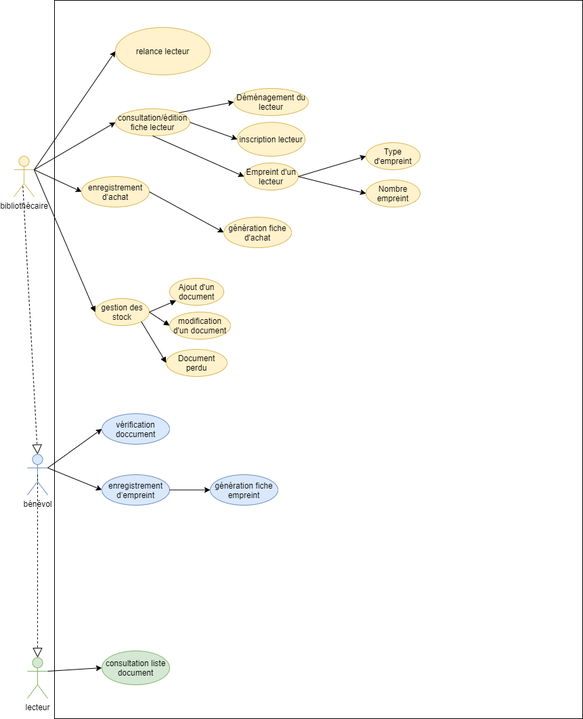
Before: Eval UML/Diagramme/Diagramme-Cas d'utilisation.png, a diagram exported from draw.io (BourdonAlexis/Depot_Git_CDA). Source tidied: cells renumbered, new cells last; positions are measured from the earlier drawing's top-left corner, leaving out a move shared by most shapes.
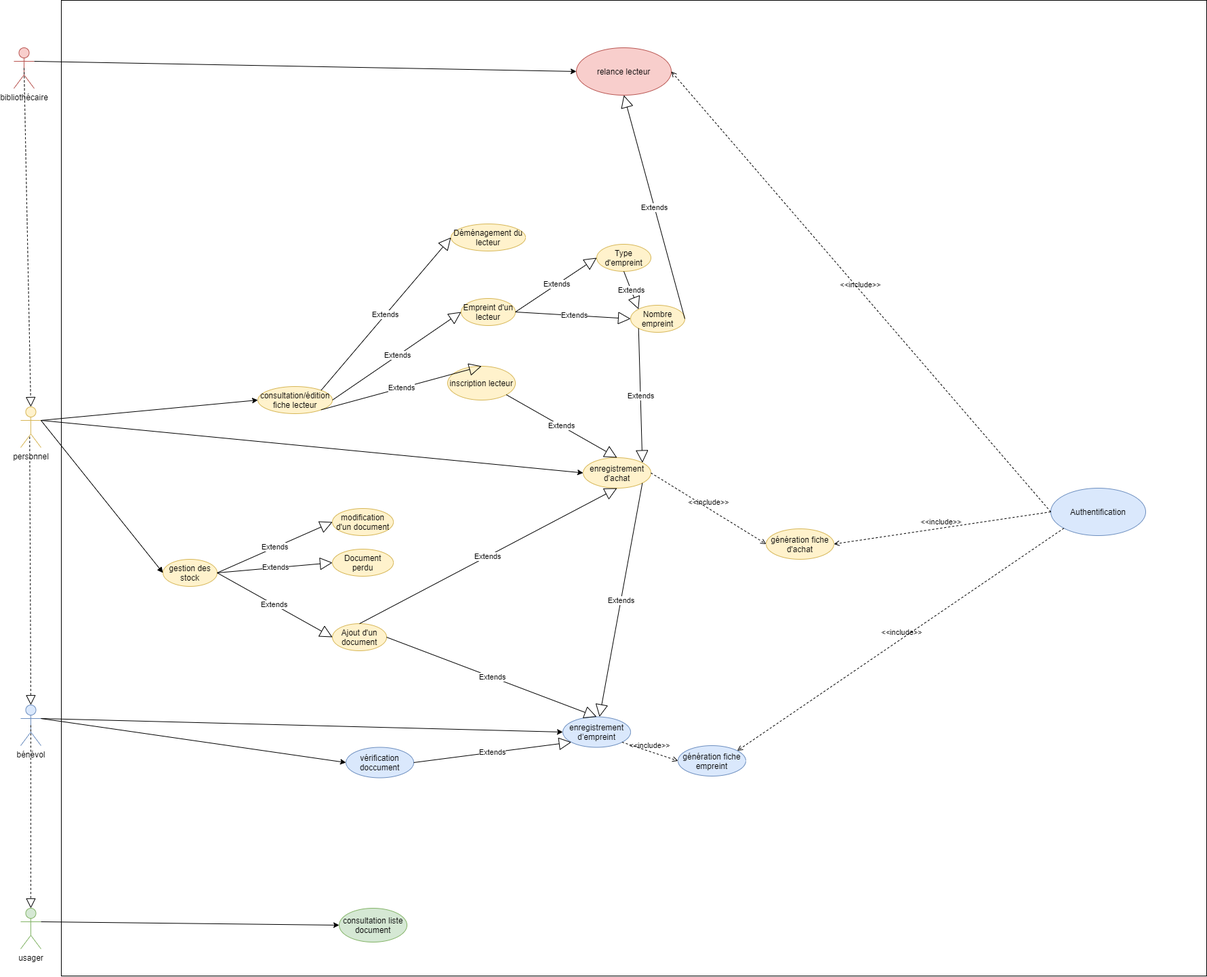
Later version of the same file.

Change to the diagram source:
```diff
@@ -3,16 +3,16 @@
     <mxCell id="0" />
     <mxCell id="1" parent="0" />
     <mxCell id="2" style="rounded=0;whiteSpace=wrap;html=1;" parent="1" vertex="1">
-      <mxGeometry x="60" width="780" height="1060" as="geometry" />
+      <mxGeometry x="-280" y="-380" width="1690" height="1440" as="geometry" />
     </mxCell>
-    <mxCell id="3" value="lecteur" style="shape=umlActor;verticalLabelPosition=bottom;verticalAlign=top;html=1;outlineConnect=0;fillColor=#d5e8d4;strokeColor=#82b366;" parent="1" vertex="1">
-      <mxGeometry x="20" y="970" width="30" height="60" as="geometry" />
+    <mxCell id="3" value="usager" style="shape=umlActor;verticalLabelPosition=bottom;verticalAlign=top;html=1;outlineConnect=0;fillColor=#d5e8d4;strokeColor=#82b366;" parent="1" vertex="1">
+      <mxGeometry x="-340" y="960" width="30" height="60" as="geometry" />
     </mxCell>
     <mxCell id="4" value="bénévol" style="shape=umlActor;verticalLabelPosition=bottom;verticalAlign=top;html=1;outlineConnect=0;fillColor=#dae8fc;strokeColor=#6c8ebf;" parent="1" vertex="1">
-      <mxGeometry x="20" y="670" width="30" height="60" as="geometry" />
+      <mxGeometry x="-340" y="660" width="30" height="60" as="geometry" />
     </mxCell>
-    <mxCell id="5" value="bibliothécaire" style="shape=umlActor;verticalLabelPosition=bottom;verticalAlign=top;html=1;outlineConnect=0;fillColor=#fff2cc;strokeColor=#d6b656;" parent="1" vertex="1">
-      <mxGeometry y="230" width="30" height="60" as="geometry" />
+    <mxCell id="5" value="personnel" style="shape=umlActor;verticalLabelPosition=bottom;verticalAlign=top;html=1;outlineConnect=0;fillColor=#fff2cc;strokeColor=#d6b656;" parent="1" vertex="1">
+      <mxGeometry x="-340" y="220" width="30" height="60" as="geometry" />
     </mxCell>
     <mxCell id="6" style="endArrow=block;dashed=1;endFill=0;endSize=12;html=1;exitX=0.443;exitY=0.738;exitDx=0;exitDy=0;exitPerimeter=0;entryX=0.5;entryY=0;entryDx=0;entryDy=0;entryPerimeter=0;" parent="1" edge="1" source="5" target="4">
       <mxGeometry relative="1" as="geometry" />
@@ -21,25 +21,25 @@
       <mxGeometry relative="1" as="geometry" />
     </mxCell>
     <mxCell id="8" value="vérification doccument" style="ellipse;whiteSpace=wrap;html=1;fillColor=#dae8fc;strokeColor=#6c8ebf;" parent="1" vertex="1">
-      <mxGeometry x="130" y="610" width="100" height="45" as="geometry" />
+      <mxGeometry x="140" y="722.5" width="100" height="45" as="geometry" />
     </mxCell>
     <mxCell id="9" value="enregistrement d’empreint" style="ellipse;whiteSpace=wrap;html=1;fillColor=#dae8fc;strokeColor=#6c8ebf;" parent="1" vertex="1">
-      <mxGeometry x="130" y="700" width="100" height="45" as="geometry" />
+      <mxGeometry x="460" y="677.5" width="100" height="45" as="geometry" />
     </mxCell>
     <mxCell id="10" value="génération fiche empreint" style="ellipse;whiteSpace=wrap;html=1;fillColor=#dae8fc;strokeColor=#6c8ebf;" parent="1" vertex="1">
-      <mxGeometry x="290" y="700" width="100" height="45" as="geometry" />
+      <mxGeometry x="630" y="720" width="100" height="45" as="geometry" />
     </mxCell>
     <mxCell id="11" value="inscription lecteur" style="ellipse;whiteSpace=wrap;html=1;fillColor=#fff2cc;strokeColor=#d6b656;" parent="1" vertex="1">
-      <mxGeometry x="330" y="180" width="100" height="50" as="geometry" />
+      <mxGeometry x="290" y="160" width="100" height="50" as="geometry" />
     </mxCell>
     <mxCell id="12" value="enregistrement d’achat" style="ellipse;whiteSpace=wrap;html=1;fillColor=#fff2cc;strokeColor=#d6b656;" parent="1" vertex="1">
-      <mxGeometry x="100" y="260" width="100" height="45" as="geometry" />
+      <mxGeometry x="490" y="295" width="100" height="45" as="geometry" />
     </mxCell>
     <mxCell id="13" value="génération fiche d'achat" style="ellipse;whiteSpace=wrap;html=1;fillColor=#fff2cc;strokeColor=#d6b656;" parent="1" vertex="1">
-      <mxGeometry x="310" y="320" width="100" height="45" as="geometry" />
+      <mxGeometry x="760" y="400" width="100" height="45" as="geometry" />
     </mxCell>
     <mxCell id="14" value="gestion des stock" style="ellipse;whiteSpace=wrap;html=1;fillColor=#fff2cc;strokeColor=#d6b656;" parent="1" vertex="1">
-      <mxGeometry x="120" y="440" width="80" height="40" as="geometry" />
+      <mxGeometry x="-130" y="445" width="80" height="40" as="geometry" />
     </mxCell>
     <mxCell id="15" style="html=1;verticalAlign=bottom;endArrow=block;exitX=1;exitY=0.3333333333333333;exitDx=0;exitDy=0;exitPerimeter=0;entryX=0;entryY=0.5;entryDx=0;entryDy=0;" parent="1" edge="1" source="5" target="14">
       <mxGeometry x="0.09" y="-2" relative="1" as="geometry" />
@@ -47,33 +47,31 @@
     <mxCell id="16" style="endArrow=classic;html=1;exitX=1;exitY=0.3333333333333333;exitDx=0;exitDy=0;entryX=0;entryY=0.5;entryDx=0;entryDy=0;exitPerimeter=0;" parent="1" edge="1" source="5" target="12">
       <mxGeometry relative="1" as="geometry" />
     </mxCell>
-    <mxCell id="17" style="endArrow=classic;html=1;entryX=0;entryY=0.5;entryDx=0;entryDy=0;exitX=1;exitY=0.5;exitDx=0;exitDy=0;" parent="1" edge="1" source="12" target="13">
-      <mxGeometry relative="1" as="geometry" />
-    </mxCell>
     <mxCell id="18" style="endArrow=classic;html=1;exitX=1;exitY=0.3333333333333333;exitDx=0;exitDy=0;exitPerimeter=0;entryX=0;entryY=0.5;entryDx=0;entryDy=0;" parent="1" edge="1" source="4" target="8">
       <mxGeometry relative="1" as="geometry" />
     </mxCell>
     <mxCell id="19" style="endArrow=classic;html=1;entryX=0;entryY=0.5;entryDx=0;entryDy=0;" parent="1" edge="1" target="9">
       <mxGeometry relative="1" as="geometry">
-        <mxPoint x="50" y="690" as="sourcePoint" />
+        <mxPoint x="-310" y="680" as="sourcePoint" />
       </mxGeometry>
     </mxCell>
-    <mxCell id="20" style="endArrow=classic;html=1;exitX=1;exitY=0.5;exitDx=0;exitDy=0;entryX=0;entryY=0.5;entryDx=0;entryDy=0;" parent="1" edge="1" source="9" target="10">
-      <mxGeometry relative="1" as="geometry" />
-    </mxCell>
     <mxCell id="21" style="endArrow=classic;html=1;exitX=1;exitY=0.3333333333333333;exitDx=0;exitDy=0;exitPerimeter=0;entryX=0;entryY=0.5;entryDx=0;entryDy=0;" parent="1" edge="1" source="3" target="26">
       <mxGeometry relative="1" as="geometry" />
     </mxCell>
+    <mxCell id="42" value="bibliothécaire" style="shape=umlActor;verticalLabelPosition=bottom;verticalAlign=top;html=1;outlineConnect=0;fillColor=#f8cecc;strokeColor=#b85450;" parent="1" vertex="1">
+      <mxGeometry x="-350" y="-310" width="30" height="60" as="geometry" />
+    </mxCell>
-    <mxCell id="22" style="endArrow=classic;html=1;entryX=0;entryY=0.5;entryDx=0;entryDy=0;" parent="1" edge="1" target="23">
-      <mxGeometry relative="1" as="geometry">
-        <mxPoint x="30" y="250" as="sourcePoint" />
-      </mxGeometry>
+    <mxCell id="22" style="endArrow=classic;html=1;exitX=1;exitY=0.3333333333333333;exitDx=0;exitDy=0;exitPerimeter=0;entryX=0;entryY=0.5;entryDx=0;entryDy=0;" parent="1" edge="1" source="42" target="23">
+      <mxGeometry relative="1" as="geometry" />
     </mxCell>
+    <mxCell id="43" style="endArrow=block;dashed=1;endFill=0;endSize=12;html=1;entryX=0.5;entryY=0;entryDx=0;entryDy=0;entryPerimeter=0;exitX=0.5;exitY=0.5;exitDx=0;exitDy=0;exitPerimeter=0;" parent="1" edge="1" source="42" target="5">
+      <mxGeometry relative="1" as="geometry" />
+    </mxCell>
-    <mxCell id="23" value="relance lecteur" style="ellipse;whiteSpace=wrap;html=1;fillColor=#fff2cc;strokeColor=#d6b656;" parent="1" vertex="1">
-      <mxGeometry x="150" y="40" width="140" height="70" as="geometry" />
+    <mxCell id="23" value="relance lecteur" style="ellipse;whiteSpace=wrap;html=1;fillColor=#f8cecc;strokeColor=#b85450;" parent="1" vertex="1">
+      <mxGeometry x="480" y="-310" width="140" height="70" as="geometry" />
     </mxCell>
     <mxCell id="24" value="consultation/édition fiche lecteur" style="ellipse;whiteSpace=wrap;html=1;fillColor=#fff2cc;strokeColor=#d6b656;" parent="1" vertex="1">
-      <mxGeometry x="150" y="160" width="110" height="40" as="geometry" />
+      <mxGeometry x="10" y="190" width="110" height="40" as="geometry" />
     </mxCell>
     <mxCell id="25" style="endArrow=classic;html=1;entryX=0;entryY=0.5;entryDx=0;entryDy=0;exitX=1;exitY=0.3333333333333333;exitDx=0;exitDy=0;exitPerimeter=0;" parent="1" edge="1" source="5" target="24">
       <mxGeometry relative="1" as="geometry" />
@@ -82,51 +80,91 @@
       <mxGeometry x="130" y="960" width="100" height="50" as="geometry" />
     </mxCell>
     <mxCell id="27" value="Ajout d'un document" style="ellipse;whiteSpace=wrap;html=1;fillColor=#fff2cc;strokeColor=#d6b656;" parent="1" vertex="1">
-      <mxGeometry x="230" y="410" width="80" height="40" as="geometry" />
+      <mxGeometry x="120" y="540" width="80" height="40" as="geometry" />
     </mxCell>
-    <mxCell id="28" style="html=1;verticalAlign=bottom;endArrow=block;exitX=1;exitY=0.5;exitDx=0;exitDy=0;" parent="1" edge="1" source="14" target="27">
-      <mxGeometry x="0.09" y="-2" relative="1" as="geometry" />
-    </mxCell>
     <mxCell id="29" value="modification d'un document" style="ellipse;whiteSpace=wrap;html=1;fillColor=#fff2cc;strokeColor=#d6b656;" parent="1" vertex="1">
-      <mxGeometry x="230" y="460" width="90" height="40" as="geometry" />
+      <mxGeometry x="120" y="370" width="90" height="40" as="geometry" />
     </mxCell>
-    <mxCell id="30" style="html=1;verticalAlign=bottom;endArrow=block;exitX=1;exitY=0.5;exitDx=0;exitDy=0;entryX=0;entryY=0.5;entryDx=0;entryDy=0;" parent="1" edge="1" source="14" target="29">
-      <mxGeometry x="0.09" y="-2" relative="1" as="geometry" />
-    </mxCell>
     <mxCell id="31" value="Déménagement du lecteur" style="ellipse;whiteSpace=wrap;html=1;fillColor=#fff2cc;strokeColor=#d6b656;" parent="1" vertex="1">
-      <mxGeometry x="325" y="130" width="110" height="40" as="geometry" />
+      <mxGeometry x="295" y="-50" width="110" height="40" as="geometry" />
     </mxCell>
-    <mxCell id="32" style="endArrow=classic;html=1;entryX=0;entryY=0.5;entryDx=0;entryDy=0;exitX=1;exitY=0.5;exitDx=0;exitDy=0;" parent="1" edge="1" source="24" target="11">
-      <mxGeometry relative="1" as="geometry" />
-    </mxCell>
-    <mxCell id="33" style="endArrow=classic;html=1;entryX=0;entryY=0.5;entryDx=0;entryDy=0;exitX=1;exitY=0;exitDx=0;exitDy=0;" parent="1" edge="1" source="24" target="31">
-      <mxGeometry relative="1" as="geometry" />
-    </mxCell>
     <mxCell id="34" value="Empreint d'un lecteur" style="ellipse;whiteSpace=wrap;html=1;fillColor=#fff2cc;strokeColor=#d6b656;" parent="1" vertex="1">
-      <mxGeometry x="340" y="240" width="80" height="40" as="geometry" />
+      <mxGeometry x="310" y="60" width="80" height="40" as="geometry" />
     </mxCell>
     <mxCell id="35" value="Type d'empreint" style="ellipse;whiteSpace=wrap;html=1;fillColor=#fff2cc;strokeColor=#d6b656;" parent="1" vertex="1">
-      <mxGeometry x="520" y="210" width="80" height="40" as="geometry" />
+      <mxGeometry x="510" y="-20" width="80" height="40" as="geometry" />
     </mxCell>
     <mxCell id="36" value="Nombre empreint" style="ellipse;whiteSpace=wrap;html=1;fillColor=#fff2cc;strokeColor=#d6b656;" parent="1" vertex="1">
-      <mxGeometry x="520" y="265" width="80" height="40" as="geometry" />
+      <mxGeometry x="560" y="70" width="80" height="40" as="geometry" />
     </mxCell>
+    <mxCell id="40" value="Document perdu" style="ellipse;whiteSpace=wrap;html=1;fillColor=#fff2cc;strokeColor=#d6b656;" parent="1" vertex="1">
+      <mxGeometry x="120" y="430" width="90" height="40" as="geometry" />
+    </mxCell>
+    <mxCell id="44" value="Extends" style="endArrow=block;endSize=16;endFill=0;html=1;exitX=0.5;exitY=0;exitDx=0;exitDy=0;entryX=0.5;entryY=1;entryDx=0;entryDy=0;" parent="1" edge="1" source="27" target="12">
+      <mxGeometry relative="1" as="geometry" />
+    </mxCell>
+    <mxCell id="45" value="Extends" style="endArrow=block;endSize=16;endFill=0;html=1;exitX=1;exitY=0.5;exitDx=0;exitDy=0;entryX=0.5;entryY=0;entryDx=0;entryDy=0;" parent="1" edge="1" source="27" target="9">
+      <mxGeometry relative="1" as="geometry" />
+    </mxCell>
+    <mxCell id="46" value="Extends" style="endArrow=block;endSize=16;endFill=0;html=1;exitX=0;exitY=1;exitDx=0;exitDy=0;entryX=1;entryY=0;entryDx=0;entryDy=0;" parent="1" edge="1" source="36" target="12">
+      <mxGeometry relative="1" as="geometry" />
+    </mxCell>
+    <mxCell id="47" value="Extends" style="endArrow=block;endSize=16;endFill=0;html=1;exitX=1;exitY=1;exitDx=0;exitDy=0;entryX=0.5;entryY=0;entryDx=0;entryDy=0;" parent="1" edge="1" source="11" target="12">
+      <mxGeometry relative="1" as="geometry" />
+    </mxCell>
+    <mxCell id="48" value="Extends" style="endArrow=block;endSize=16;endFill=0;html=1;exitX=0.5;exitY=1;exitDx=0;exitDy=0;entryX=0;entryY=0;entryDx=0;entryDy=0;" parent="1" edge="1" source="35" target="36">
+      <mxGeometry relative="1" as="geometry" />
+    </mxCell>
+    <mxCell id="17" value="&amp;lt;&amp;lt;include&amp;gt;&amp;gt;" style="html=1;verticalAlign=bottom;labelBackgroundColor=none;endArrow=open;endFill=0;dashed=1;exitX=1;exitY=0.5;exitDx=0;exitDy=0;entryX=0;entryY=0.5;entryDx=0;entryDy=0;" parent="1" edge="1" source="12" target="13">
+      <mxGeometry relative="1" as="geometry" />
+    </mxCell>
+    <mxCell id="20" value="&amp;lt;&amp;lt;include&amp;gt;&amp;gt;" style="html=1;verticalAlign=bottom;labelBackgroundColor=none;endArrow=open;endFill=0;dashed=1;exitX=1;exitY=1;exitDx=0;exitDy=0;entryX=0;entryY=0.5;entryDx=0;entryDy=0;" parent="1" edge="1" source="9" target="10">
+      <mxGeometry relative="1" as="geometry" />
+    </mxCell>
+    <mxCell id="28" value="Extends" style="endArrow=block;endSize=16;endFill=0;html=1;exitX=1;exitY=0.5;exitDx=0;exitDy=0;entryX=0;entryY=0.5;entryDx=0;entryDy=0;" parent="1" edge="1" source="14" target="27">
+      <mxGeometry relative="1" as="geometry" />
+    </mxCell>
+    <mxCell id="30" value="Extends" style="endArrow=block;endSize=16;endFill=0;html=1;exitX=1;exitY=0.5;exitDx=0;exitDy=0;entryX=0;entryY=0.5;entryDx=0;entryDy=0;" parent="1" edge="1" source="14" target="29">
+      <mxGeometry relative="1" as="geometry" />
+    </mxCell>
+    <mxCell id="41" value="Extends" style="endArrow=block;endSize=16;endFill=0;html=1;exitX=1;exitY=0.5;exitDx=0;exitDy=0;entryX=0;entryY=0.5;entryDx=0;entryDy=0;" parent="1" edge="1" source="14" target="40">
+      <mxGeometry relative="1" as="geometry" />
+    </mxCell>
+    <mxCell id="32" value="Extends" style="endArrow=block;endSize=16;endFill=0;html=1;exitX=1;exitY=1;exitDx=0;exitDy=0;entryX=0.5;entryY=0;entryDx=0;entryDy=0;" parent="1" edge="1" source="24" target="11">
+      <mxGeometry relative="1" as="geometry" />
+    </mxCell>
+    <mxCell id="33" value="Extends" style="endArrow=block;endSize=16;endFill=0;html=1;exitX=1;exitY=0;exitDx=0;exitDy=0;entryX=0;entryY=0.5;entryDx=0;entryDy=0;" parent="1" edge="1" source="24" target="31">
+      <mxGeometry relative="1" as="geometry" />
+    </mxCell>
-    <mxCell id="37" style="endArrow=classic;html=1;entryX=0;entryY=0.5;entryDx=0;entryDy=0;exitX=0.5;exitY=1;exitDx=0;exitDy=0;" parent="1" edge="1" source="24" target="34">
+    <mxCell id="37" value="Extends" style="endArrow=block;endSize=16;endFill=0;html=1;exitX=1;exitY=0.5;exitDx=0;exitDy=0;entryX=0;entryY=0.5;entryDx=0;entryDy=0;" parent="1" edge="1" source="24" target="34">
       <mxGeometry relative="1" as="geometry" />
     </mxCell>
-    <mxCell id="38" style="endArrow=classic;html=1;entryX=0;entryY=0.5;entryDx=0;entryDy=0;exitX=1;exitY=0.5;exitDx=0;exitDy=0;" parent="1" edge="1" source="34" target="35">
+    <mxCell id="38" value="Extends" style="endArrow=block;endSize=16;endFill=0;html=1;exitX=1;exitY=0.5;exitDx=0;exitDy=0;entryX=0;entryY=0.5;entryDx=0;entryDy=0;" parent="1" edge="1" source="34" target="35">
       <mxGeometry relative="1" as="geometry" />
     </mxCell>
-    <mxCell id="39" style="endArrow=classic;html=1;entryX=0;entryY=0.5;entryDx=0;entryDy=0;" parent="1" edge="1" target="36">
-      <mxGeometry relative="1" as="geometry">
-        <mxPoint x="420" y="260" as="sourcePoint" />
-      </mxGeometry>
-    </mxCell>
-    <mxCell id="40" value="Document perdu" style="ellipse;whiteSpace=wrap;html=1;fillColor=#fff2cc;strokeColor=#d6b656;" parent="1" vertex="1">
-      <mxGeometry x="225" y="515" width="90" height="40" as="geometry" />
-    </mxCell>
-    <mxCell id="41" style="html=1;verticalAlign=bottom;endArrow=block;exitX=1;exitY=1;exitDx=0;exitDy=0;entryX=0;entryY=0.5;entryDx=0;entryDy=0;" parent="1" edge="1" source="14" target="40">
-      <mxGeometry x="0.09" y="-2" relative="1" as="geometry" />
-    </mxCell>
+    <mxCell id="49" value="Extends" style="endArrow=block;endSize=16;endFill=0;html=1;exitX=1;exitY=0.5;exitDx=0;exitDy=0;entryX=0;entryY=0.5;entryDx=0;entryDy=0;" parent="1" edge="1" source="34" target="36">
+      <mxGeometry relative="1" as="geometry" />
+    </mxCell>
+    <mxCell id="50" value="Extends" style="endArrow=block;endSize=16;endFill=0;html=1;exitX=1;exitY=0.5;exitDx=0;exitDy=0;entryX=0;entryY=1;entryDx=0;entryDy=0;" parent="1" edge="1" source="8" target="9">
+      <mxGeometry relative="1" as="geometry" />
+    </mxCell>
+    <mxCell id="51" value="Extends" style="endArrow=block;endSize=16;endFill=0;html=1;entryX=0.5;entryY=1;entryDx=0;entryDy=0;exitX=1;exitY=0.5;exitDx=0;exitDy=0;" parent="1" edge="1" source="36" target="23">
+      <mxGeometry relative="1" as="geometry" />
+    </mxCell>
+    <mxCell id="52" value="Authentification" style="ellipse;whiteSpace=wrap;html=1;fillColor=#dae8fc;strokeColor=#6c8ebf;" parent="1" vertex="1">
+      <mxGeometry x="1180" y="340" width="140" height="70" as="geometry" />
+    </mxCell>
+    <mxCell id="53" value="&amp;lt;&amp;lt;include&amp;gt;&amp;gt;" style="html=1;verticalAlign=bottom;labelBackgroundColor=none;endArrow=open;endFill=0;dashed=1;exitX=0;exitY=0.5;exitDx=0;exitDy=0;entryX=1;entryY=0.5;entryDx=0;entryDy=0;" parent="1" edge="1" source="52" target="23">
+      <mxGeometry relative="1" as="geometry" />
+    </mxCell>
+    <mxCell id="54" value="&amp;lt;&amp;lt;include&amp;gt;&amp;gt;" style="html=1;verticalAlign=bottom;labelBackgroundColor=none;endArrow=open;endFill=0;dashed=1;exitX=0;exitY=1;exitDx=0;exitDy=0;entryX=1;entryY=0;entryDx=0;entryDy=0;" parent="1" edge="1" source="52" target="10">
+      <mxGeometry relative="1" as="geometry" />
+    </mxCell>
+    <mxCell id="55" value="&amp;lt;&amp;lt;include&amp;gt;&amp;gt;" style="html=1;verticalAlign=bottom;labelBackgroundColor=none;endArrow=open;endFill=0;dashed=1;exitX=0;exitY=0.5;exitDx=0;exitDy=0;entryX=1;entryY=0.5;entryDx=0;entryDy=0;" parent="1" edge="1" source="52" target="13">
+      <mxGeometry relative="1" as="geometry" />
+    </mxCell>
+    <mxCell id="56" value="Extends" style="endArrow=block;endSize=16;endFill=0;html=1;exitX=1;exitY=1;exitDx=0;exitDy=0;" parent="1" edge="1" source="12" target="9">
+      <mxGeometry relative="1" as="geometry" />
+    </mxCell>
   </root>
 </mxGraphModel>
```
